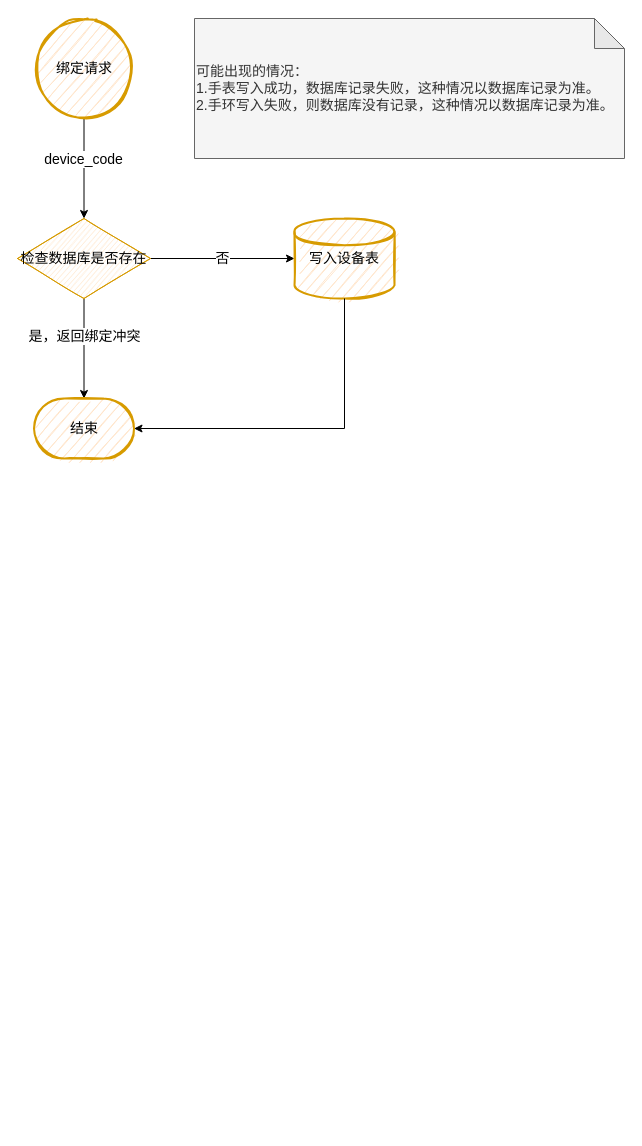
Before: page "手表" (8 of 8) of GCroot.drawio in nayouzhenai/java_web, a draw.io diagram. Source tidied: cells renumbered, new cells numbered last; positions are measured from the earlier drawing's top-left corner, leaving out a move shared by most shapes. Both pictures are drawn from the tidied source at 100%, with x=0, y=0 at pixel (17, 18).
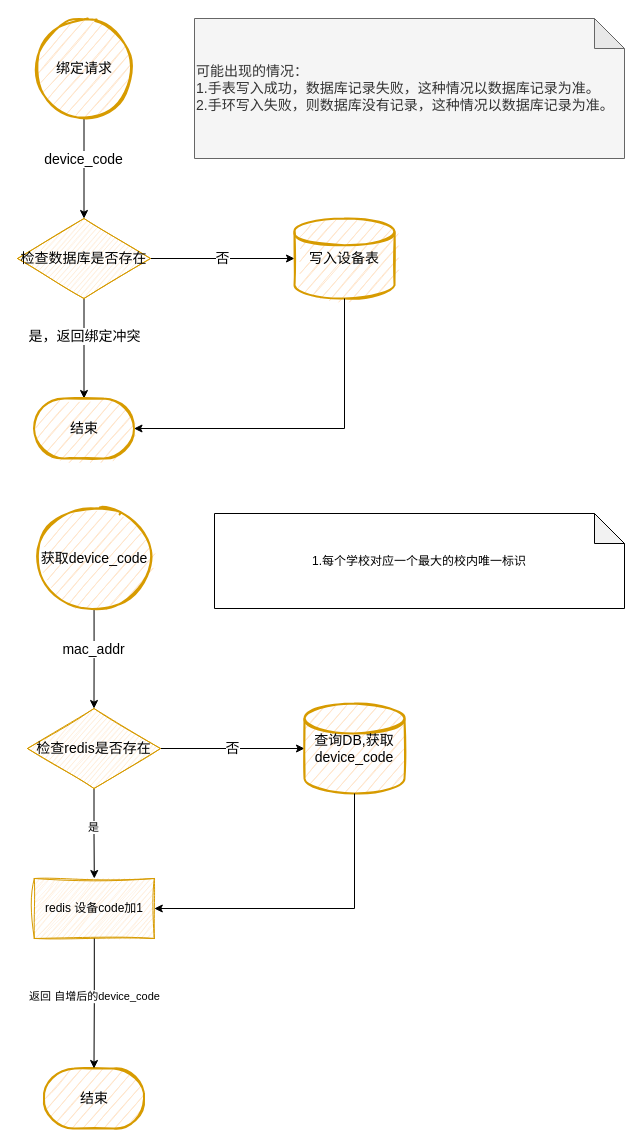
Above is the later version.

Change to the diagram source:
```diff
@@
+    <mxCell id="13" value="否" style="edgeStyle=orthogonalEdgeStyle;rounded=0;jettySize=auto;html=1;exitX=1;exitY=0.5;exitDx=0;exitDy=0;entryX=0;entryY=0.5;entryDx=0;entryDy=0;fontFamily=Helvetica;fontSize=14;fontColor=default;entryPerimeter=0;" parent="1" edge="1" source="16" target="21">
+      <mxGeometry relative="1" as="geometry" />
+    </mxCell>
+    <mxCell id="14" style="edgeStyle=orthogonalEdgeStyle;rounded=0;jettySize=auto;html=1;exitX=0.5;exitY=1;exitDx=0;exitDy=0;entryX=0.5;entryY=0;entryDx=0;entryDy=0;" parent="1" edge="1" source="16" target="24">
+      <mxGeometry relative="1" as="geometry" />
+    </mxCell>
+    <mxCell id="15" value="是" style="edgeLabel;html=1;align=center;verticalAlign=middle;" parent="14" vertex="1">
+      <mxGeometry x="-0.16" y="-1" relative="1" as="geometry" />
+    </mxCell>
+    <mxCell id="16" value="检查redis是否存在" style="rhombus;whiteSpace=wrap;html=1;rounded=0;shadow=0;glass=0;sketch=1;strokeColor=#d79b00;fontFamily=Helvetica;fontSize=14;fontColor=default;fillColor=#ffe6cc;" parent="1" vertex="1">
+      <mxGeometry x="10" y="690" width="133" height="80" as="geometry" />
+    </mxCell>
+    <mxCell id="17" style="edgeStyle=orthogonalEdgeStyle;rounded=0;jettySize=auto;html=1;exitX=0.5;exitY=1;exitDx=0;exitDy=0;entryX=0.5;entryY=0;entryDx=0;entryDy=0;fontFamily=Helvetica;fontSize=14;fontColor=default;exitPerimeter=0;" parent="1" edge="1" source="19" target="16">
+      <mxGeometry relative="1" as="geometry" />
+    </mxCell>
+    <mxCell id="18" value="mac_addr" style="edgeLabel;html=1;align=center;verticalAlign=middle;rounded=1;shadow=0;glass=0;sketch=1;strokeColor=#d79b00;fontFamily=Helvetica;fontSize=14;fontColor=default;fillColor=#ffe6cc;" parent="17" vertex="1">
+      <mxGeometry x="-0.2" y="-1" relative="1" as="geometry" />
+    </mxCell>
+    <mxCell id="19" value="获取device_code" style="strokeWidth=2;html=1;shape=mxgraph.flowchart.start_2;whiteSpace=wrap;rounded=1;shadow=0;glass=0;sketch=1;strokeColor=#d79b00;align=center;verticalAlign=middle;fontFamily=Helvetica;fontSize=14;fontColor=default;fillColor=#ffe6cc;" parent="1" vertex="1">
+      <mxGeometry x="16.8" y="490" width="119.5" height="100" as="geometry" />
+    </mxCell>
+    <mxCell id="20" value="结束" style="strokeWidth=2;html=1;shape=mxgraph.flowchart.terminator;whiteSpace=wrap;rounded=1;shadow=0;glass=0;sketch=1;strokeColor=#d79b00;align=center;verticalAlign=middle;fontFamily=Helvetica;fontSize=14;fontColor=default;fillColor=#ffe6cc;" parent="1" vertex="1">
+      <mxGeometry x="26.5" y="1050" width="100" height="60" as="geometry" />
+    </mxCell>
+    <mxCell id="21" value="查询DB,获取device_code" style="strokeWidth=2;html=1;shape=mxgraph.flowchart.database;whiteSpace=wrap;rounded=1;shadow=0;glass=0;sketch=1;strokeColor=#d79b00;align=center;verticalAlign=middle;fontFamily=Helvetica;fontSize=14;fontColor=default;fillColor=#ffe6cc;" parent="1" vertex="1">
+      <mxGeometry x="287" y="685" width="100" height="90" as="geometry" />
+    </mxCell>
+    <mxCell id="22" style="edgeStyle=orthogonalEdgeStyle;rounded=0;jettySize=auto;html=1;exitX=0.5;exitY=1;exitDx=0;exitDy=0;exitPerimeter=0;entryX=1;entryY=0.5;entryDx=0;entryDy=0;fontFamily=Helvetica;fontSize=14;fontColor=default;" parent="1" edge="1" source="21" target="24">
+      <mxGeometry relative="1" as="geometry" />
+    </mxCell>
+    <mxCell id="23" value="1.每个学校对应一个最大的校内唯一标识" style="shape=note;whiteSpace=wrap;html=1;backgroundOutline=1;darkOpacity=0.05;" parent="1" vertex="1">
+      <mxGeometry x="197" y="495" width="410" height="95" as="geometry" />
+    </mxCell>
+    <mxCell id="24" value="redis 设备code加1" style="rounded=0;whiteSpace=wrap;html=1;fillColor=#ffe6cc;strokeColor=#d79b00;glass=0;shadow=0;gradientColor=none;sketch=1;curveFitting=1;jiggle=2;" parent="1" vertex="1">
+      <mxGeometry x="16.8" y="860" width="120" height="60" as="geometry" />
+    </mxCell>
+    <mxCell id="25" style="edgeStyle=orthogonalEdgeStyle;rounded=0;jettySize=auto;html=1;entryX=0.5;entryY=0;entryDx=0;entryDy=0;entryPerimeter=0;" parent="1" edge="1" source="24" target="20">
+      <mxGeometry relative="1" as="geometry" />
+    </mxCell>
+    <mxCell id="26" value="返回 自增后的device_code" style="edgeLabel;html=1;align=center;verticalAlign=middle;" parent="25" vertex="1">
+      <mxGeometry x="-0.12" relative="1" as="geometry" />
+    </mxCell>
```
